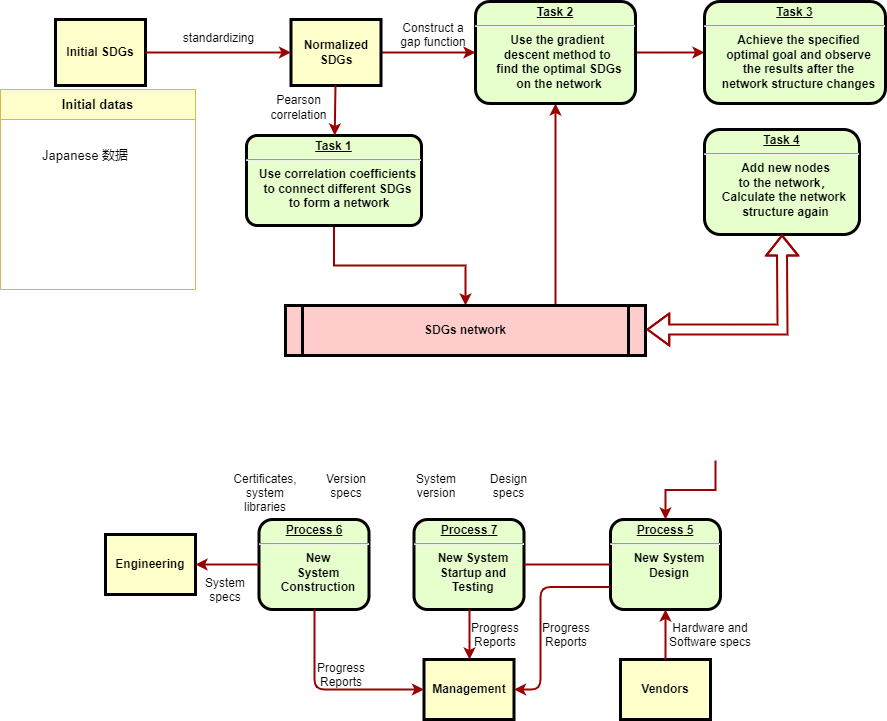
This is 未命名绘图.drawio.png from JYbrucEupup/zip, a draw.io export, as it was before one commit. Source tidied: cells renumbered, new cells last; positions are measured from the earlier drawing's top-left corner, leaving out a move shared by most shapes.
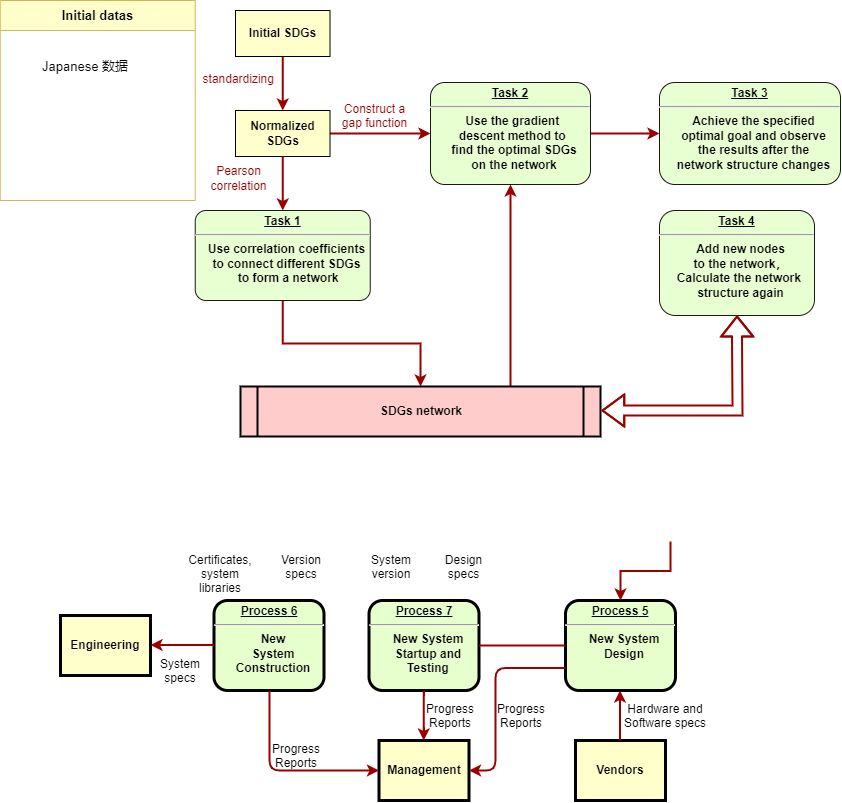
After the commit.

Commit message:
更新未命名绘图.drawio.png

Change to the diagram source:
```diff
@@ -5,34 +5,37 @@
     <mxCell id="2" style="edgeStyle=orthogonalEdgeStyle;rounded=0;jettySize=auto;html=1;exitX=0.5;exitY=1;exitDx=0;exitDy=0;entryX=0.5;entryY=0;entryDx=0;entryDy=0;strokeColor=#990000;strokeWidth=2;fontSize=13;fontColor=#000000;" parent="1" edge="1" source="3" target="8">
       <mxGeometry relative="1" as="geometry" />
     </mxCell>
-    <mxCell id="3" value="&lt;p style=&quot;margin: 4px 0px 0px; text-decoration: underline;&quot;&gt;&lt;strong&gt;Task 1&lt;/strong&gt;&lt;/p&gt;&lt;hr style=&quot;border-color: var(--border-color);&quot;&gt;&lt;p style=&quot;margin: 0px 0px 0px 8px;&quot;&gt;Use correlation coefficients&lt;/p&gt;&lt;p style=&quot;margin: 0px 0px 0px 8px;&quot;&gt;to connect different&amp;nbsp;&lt;span style=&quot;background-color: initial;&quot;&gt;SDGs&lt;/span&gt;&lt;/p&gt;&lt;p style=&quot;margin: 0px 0px 0px 8px;&quot;&gt;&lt;span style=&quot;background-color: initial;&quot;&gt;&amp;nbsp;to form a network&lt;/span&gt;&lt;/p&gt;" style="verticalAlign=middle;align=center;overflow=fill;fontSize=12;fontFamily=Helvetica;html=1;rounded=1;fontStyle=1;strokeWidth=3;fillColor=#E6FFCC;arcSize=12;strokeColor=default;" parent="1" vertex="1">
-      <mxGeometry x="246" y="134" width="175" height="90" as="geometry" />
+    <mxCell id="3" value="&lt;p style=&quot;margin: 4px 0px 0px; text-decoration: underline;&quot;&gt;&lt;strong&gt;Task 1&lt;/strong&gt;&lt;/p&gt;&lt;hr style=&quot;border-color: var(--border-color);&quot;&gt;&lt;p style=&quot;margin: 0px 0px 0px 8px;&quot;&gt;Use correlation coefficients&lt;/p&gt;&lt;p style=&quot;margin: 0px 0px 0px 8px;&quot;&gt;to connect different&amp;nbsp;&lt;span style=&quot;background-color: initial;&quot;&gt;SDGs&lt;/span&gt;&lt;/p&gt;&lt;p style=&quot;margin: 0px 0px 0px 8px;&quot;&gt;&lt;span style=&quot;background-color: initial;&quot;&gt;&amp;nbsp;to form a network&lt;/span&gt;&lt;/p&gt;" style="verticalAlign=middle;align=center;overflow=fill;fontSize=12;fontFamily=Helvetica;html=1;rounded=1;fontStyle=1;strokeWidth=1;fillColor=#E6FFCC;arcSize=12;strokeColor=default;opacity=90;" parent="1" vertex="1">
+      <mxGeometry x="239.8" y="128" width="175" height="90" as="geometry" />
     </mxCell>
     <mxCell id="4" style="edgeStyle=orthogonalEdgeStyle;rounded=0;jettySize=auto;html=1;strokeWidth=2;strokeColor=#990000;" parent="1" edge="1" source="5" target="10">
       <mxGeometry relative="1" as="geometry" />
     </mxCell>
-    <mxCell id="5" value="Normalized SDGs" style="whiteSpace=wrap;align=center;verticalAlign=middle;fontStyle=1;strokeWidth=3;fillColor=#FFFFCC;horizontal=1;strokeColor=default;" parent="1" vertex="1">
-      <mxGeometry x="290.5" y="18" width="90" height="66" as="geometry" />
+    <mxCell id="5" value="Normalized SDGs" style="whiteSpace=wrap;align=center;verticalAlign=middle;fontStyle=1;strokeWidth=1;fillColor=#FFFFCC;horizontal=1;strokeColor=default;" parent="1" vertex="1">
+      <mxGeometry x="280" y="28" width="94.5" height="46" as="geometry" />
     </mxCell>
+    <mxCell id="19" style="edgeStyle=orthogonalEdgeStyle;rounded=0;jettySize=auto;html=1;exitX=0.5;exitY=1;exitDx=0;exitDy=0;entryX=0.5;entryY=0;entryDx=0;entryDy=0;strokeColor=#990000;strokeWidth=2;" parent="1" edge="1" source="6" target="5">
+      <mxGeometry relative="1" as="geometry" />
+    </mxCell>
-    <mxCell id="6" value="Initial SDGs" style="whiteSpace=wrap;align=center;verticalAlign=middle;fontStyle=1;strokeWidth=3;fillColor=#FFFFCC;" parent="1" vertex="1">
-      <mxGeometry x="55" y="18" width="90" height="66" as="geometry" />
+    <mxCell id="6" value="Initial SDGs" style="whiteSpace=wrap;align=center;verticalAlign=middle;fontStyle=1;strokeWidth=1;fillColor=#FFFFCC;" parent="1" vertex="1">
+      <mxGeometry x="280" y="-72" width="94.5" height="46" as="geometry" />
     </mxCell>
     <mxCell id="7" style="edgeStyle=orthogonalEdgeStyle;rounded=0;jettySize=auto;html=1;exitX=0.75;exitY=0;exitDx=0;exitDy=0;entryX=0.5;entryY=1;entryDx=0;entryDy=0;strokeColor=#990000;strokeWidth=2;fontSize=13;fontColor=#000000;" parent="1" edge="1" source="8" target="10">
       <mxGeometry relative="1" as="geometry" />
     </mxCell>
-    <mxCell id="8" value="SDGs network" style="shape=process;whiteSpace=wrap;align=center;verticalAlign=middle;size=0.0475;fontStyle=1;strokeWidth=3;fillColor=#FFCCCC;" parent="1" vertex="1">
+    <mxCell id="8" value="SDGs network" style="shape=process;whiteSpace=wrap;align=center;verticalAlign=middle;size=0.0475;fontStyle=1;strokeWidth=2;fillColor=#FFCCCC;" parent="1" vertex="1">
       <mxGeometry x="285" y="304" width="360" height="50" as="geometry" />
     </mxCell>
     <mxCell id="9" style="edgeStyle=orthogonalEdgeStyle;rounded=0;jettySize=auto;html=1;exitX=1;exitY=0.5;exitDx=0;exitDy=0;entryX=0;entryY=0.5;entryDx=0;entryDy=0;strokeColor=#990000;strokeWidth=2;" parent="1" edge="1" source="10" target="11">
       <mxGeometry relative="1" as="geometry" />
     </mxCell>
-    <mxCell id="10" value="&lt;p style=&quot;margin: 0px; margin-top: 4px; text-align: center; text-decoration: underline;&quot;&gt;&lt;strong&gt;Task 2&lt;br&gt;&lt;/strong&gt;&lt;/p&gt;&lt;hr&gt;&lt;p style=&quot;margin: 0px; margin-left: 8px;&quot;&gt;Use the gradient&amp;nbsp;&lt;/p&gt;&lt;p style=&quot;margin: 0px; margin-left: 8px;&quot;&gt;descent&lt;span style=&quot;background-color: initial;&quot;&gt;&amp;nbsp;method to&amp;nbsp;&lt;/span&gt;&lt;/p&gt;&lt;p style=&quot;margin: 0px; margin-left: 8px;&quot;&gt;&lt;span style=&quot;background-color: initial;&quot;&gt;find&amp;nbsp;&lt;/span&gt;&lt;span style=&quot;background-color: initial;&quot;&gt;the optimal SDGs&lt;/span&gt;&lt;/p&gt;&lt;p style=&quot;margin: 0px; margin-left: 8px;&quot;&gt;on the network&lt;/p&gt;" style="verticalAlign=middle;align=center;overflow=fill;fontSize=12;fontFamily=Helvetica;html=1;rounded=1;fontStyle=1;strokeWidth=3;fillColor=#E6FFCC;arcSize=14;" parent="1" vertex="1">
+    <mxCell id="10" value="&lt;p style=&quot;margin: 0px; margin-top: 4px; text-align: center; text-decoration: underline;&quot;&gt;&lt;strong&gt;Task 2&lt;br&gt;&lt;/strong&gt;&lt;/p&gt;&lt;hr&gt;&lt;p style=&quot;margin: 0px; margin-left: 8px;&quot;&gt;Use the gradient&amp;nbsp;&lt;/p&gt;&lt;p style=&quot;margin: 0px; margin-left: 8px;&quot;&gt;descent&lt;span style=&quot;background-color: initial;&quot;&gt;&amp;nbsp;method to&amp;nbsp;&lt;/span&gt;&lt;/p&gt;&lt;p style=&quot;margin: 0px; margin-left: 8px;&quot;&gt;&lt;span style=&quot;background-color: initial;&quot;&gt;find&amp;nbsp;&lt;/span&gt;&lt;span style=&quot;background-color: initial;&quot;&gt;the optimal SDGs&lt;/span&gt;&lt;/p&gt;&lt;p style=&quot;margin: 0px; margin-left: 8px;&quot;&gt;on the network&lt;/p&gt;" style="verticalAlign=middle;align=center;overflow=fill;fontSize=12;fontFamily=Helvetica;html=1;rounded=1;fontStyle=1;strokeWidth=1;fillColor=#E6FFCC;arcSize=14;opacity=90;" parent="1" vertex="1">
       <mxGeometry x="475" width="160" height="102" as="geometry" />
     </mxCell>
-    <mxCell id="11" value="&lt;p style=&quot;margin: 4px 0px 0px; text-align: center;&quot;&gt;&lt;strong style=&quot;&quot;&gt;&lt;u&gt;&lt;strong style=&quot;&quot;&gt;Task&lt;/strong&gt; 3&lt;/u&gt;&lt;br&gt;&lt;/strong&gt;&lt;/p&gt;&lt;hr&gt;&lt;p style=&quot;margin: 0px; margin-left: 8px;&quot;&gt;Achieve the specified&lt;/p&gt;&lt;p style=&quot;margin: 0px; margin-left: 8px;&quot;&gt;optimal goal and observe&lt;/p&gt;&lt;p style=&quot;margin: 0px; margin-left: 8px;&quot;&gt;the results after the&lt;/p&gt;&lt;p style=&quot;margin: 0px; margin-left: 8px;&quot;&gt;network structure changes&lt;/p&gt;" style="verticalAlign=middle;align=center;overflow=fill;fontSize=12;fontFamily=Helvetica;html=1;rounded=1;fontStyle=1;strokeWidth=3;fillColor=#E6FFCC;" parent="1" vertex="1">
+    <mxCell id="11" value="&lt;p style=&quot;margin: 4px 0px 0px; text-align: center;&quot;&gt;&lt;strong style=&quot;&quot;&gt;&lt;u&gt;&lt;strong style=&quot;&quot;&gt;Task&lt;/strong&gt; 3&lt;/u&gt;&lt;br&gt;&lt;/strong&gt;&lt;/p&gt;&lt;hr&gt;&lt;p style=&quot;margin: 0px; margin-left: 8px;&quot;&gt;Achieve the specified&lt;/p&gt;&lt;p style=&quot;margin: 0px; margin-left: 8px;&quot;&gt;optimal goal and observe&lt;/p&gt;&lt;p style=&quot;margin: 0px; margin-left: 8px;&quot;&gt;the results after the&lt;/p&gt;&lt;p style=&quot;margin: 0px; margin-left: 8px;&quot;&gt;network structure changes&lt;/p&gt;" style="verticalAlign=middle;align=center;overflow=fill;fontSize=12;fontFamily=Helvetica;html=1;rounded=1;fontStyle=1;strokeWidth=1;fillColor=#E6FFCC;opacity=90;" parent="1" vertex="1">
       <mxGeometry x="704" width="181" height="102" as="geometry" />
     </mxCell>
-    <mxCell id="12" value="&lt;p style=&quot;margin: 0px; margin-top: 4px; text-align: center; text-decoration: underline;&quot;&gt;&lt;strong&gt;Task 4&lt;br&gt;&lt;/strong&gt;&lt;/p&gt;&lt;hr&gt;&lt;p style=&quot;margin: 0px; margin-left: 8px;&quot;&gt;Add new nodes&lt;/p&gt;&lt;p style=&quot;margin: 0px; margin-left: 8px;&quot;&gt;to the network，&lt;/p&gt;&lt;p style=&quot;margin: 0px; margin-left: 8px;&quot;&gt;Calculate the network&amp;nbsp;&lt;/p&gt;&lt;p style=&quot;margin: 0px; margin-left: 8px;&quot;&gt;structure again&lt;/p&gt;" style="verticalAlign=middle;align=center;overflow=fill;fontSize=12;fontFamily=Helvetica;html=1;rounded=1;fontStyle=1;strokeWidth=3;fillColor=#E6FFCC;" parent="1" vertex="1">
+    <mxCell id="12" value="&lt;p style=&quot;margin: 0px; margin-top: 4px; text-align: center; text-decoration: underline;&quot;&gt;&lt;strong&gt;Task 4&lt;br&gt;&lt;/strong&gt;&lt;/p&gt;&lt;hr&gt;&lt;p style=&quot;margin: 0px; margin-left: 8px;&quot;&gt;Add new nodes&lt;/p&gt;&lt;p style=&quot;margin: 0px; margin-left: 8px;&quot;&gt;to the network，&lt;/p&gt;&lt;p style=&quot;margin: 0px; margin-left: 8px;&quot;&gt;Calculate the network&amp;nbsp;&lt;/p&gt;&lt;p style=&quot;margin: 0px; margin-left: 8px;&quot;&gt;structure again&lt;/p&gt;" style="verticalAlign=middle;align=center;overflow=fill;fontSize=12;fontFamily=Helvetica;html=1;rounded=1;fontStyle=1;strokeWidth=1;fillColor=#E6FFCC;opacity=90;" parent="1" vertex="1">
       <mxGeometry x="704" y="128" width="155" height="105" as="geometry" />
     </mxCell>
     <mxCell id="13" value="&lt;p style=&quot;margin: 0px; margin-top: 4px; text-align: center; text-decoration: underline;&quot;&gt;&lt;strong&gt;&lt;strong&gt;Process&lt;/strong&gt; 5&lt;br /&gt;&lt;/strong&gt;&lt;/p&gt;&lt;hr /&gt;&lt;p style=&quot;margin: 0px; margin-left: 8px;&quot;&gt;New System&lt;/p&gt;&lt;p style=&quot;margin: 0px; margin-left: 8px;&quot;&gt;Design&lt;/p&gt;" style="verticalAlign=middle;align=center;overflow=fill;fontSize=12;fontFamily=Helvetica;html=1;rounded=1;fontStyle=1;strokeWidth=3;fillColor=#E6FFCC;" parent="1" vertex="1">
@@ -53,20 +56,17 @@
     <mxCell id="18" style="edgeStyle=none;noEdgeStyle=1;strokeColor=#990000;strokeWidth=2;" parent="1" edge="1" source="5" target="3">
       <mxGeometry relative="1" as="geometry" />
     </mxCell>
-    <mxCell id="19" style="edgeStyle=none;noEdgeStyle=1;strokeColor=#990000;strokeWidth=2;entryX=0;entryY=0.5;entryDx=0;entryDy=0;" parent="1" edge="1" source="6" target="5">
-      <mxGeometry relative="1" as="geometry" />
-    </mxCell>
     <mxCell id="20" value="&lt;p style=&quot;margin: 0px; margin-top: 4px; text-align: center; text-decoration: underline;&quot;&gt;&lt;strong&gt;&lt;strong&gt;Process&lt;/strong&gt; 7&lt;br /&gt;&lt;/strong&gt;&lt;/p&gt;&lt;hr /&gt;&lt;p style=&quot;margin: 0px; margin-left: 8px;&quot;&gt;New System&lt;/p&gt;&lt;p style=&quot;margin: 0px; margin-left: 8px;&quot;&gt;Startup and&lt;/p&gt;&lt;p style=&quot;margin: 0px; margin-left: 8px;&quot;&gt;Testing&lt;/p&gt;" style="verticalAlign=middle;align=center;overflow=fill;fontSize=12;fontFamily=Helvetica;html=1;rounded=1;fontStyle=1;strokeWidth=3;fillColor=#E6FFCC;" parent="1" vertex="1">
       <mxGeometry x="413.5" y="518" width="110" height="90" as="geometry" />
     </mxCell>
     <mxCell id="21" style="endArrow=none;noEdgeStyle=1;strokeColor=#990000;strokeWidth=2;" parent="1" edge="1" source="13" target="20">
       <mxGeometry relative="1" as="geometry" />
     </mxCell>
-    <mxCell id="22" value="standardizing" style="text;spacingTop=-5;align=center;" parent="1" vertex="1">
-      <mxGeometry x="203.5" y="28" width="30" height="20" as="geometry" />
+    <mxCell id="22" value="standardizing" style="text;spacingTop=-5;align=center;fontColor=#990000;" parent="1" vertex="1">
+      <mxGeometry x="268.2" y="-12" width="30" height="20" as="geometry" />
     </mxCell>
-    <mxCell id="23" value="Construct a &#10;gap function" style="text;spacingTop=-5;align=center;" parent="1" vertex="1">
-      <mxGeometry x="388.5" y="18" width="89" height="49" as="geometry" />
+    <mxCell id="23" value="Construct a &#10;gap function" style="text;spacingTop=-5;align=center;fontColor=#990000;" parent="1" vertex="1">
+      <mxGeometry x="375" y="18" width="89" height="49" as="geometry" />
     </mxCell>
     <mxCell id="24" style="edgeStyle=orthogonalEdgeStyle;rounded=0;jettySize=auto;html=1;strokeColor=#990000;strokeWidth=2;" parent="1" edge="1" target="13">
       <mxGeometry relative="1" as="geometry">
@@ -123,11 +123,11 @@
     <mxCell id="38" value="System&#10;version" style="text;spacingTop=-5;align=center;" parent="1" vertex="1">
       <mxGeometry x="421" y="469" width="30" height="20" as="geometry" />
     </mxCell>
-    <mxCell id="39" value="Pearson correlation" style="whiteSpace=wrap;html=1;fillColor=none;strokeColor=none;" parent="1" vertex="1">
-      <mxGeometry x="264.5" y="88" width="66.5" height="36" as="geometry" />
+    <mxCell id="39" value="Pearson correlation" style="whiteSpace=wrap;html=1;fillColor=none;strokeColor=none;fontColor=#990000;" parent="1" vertex="1">
+      <mxGeometry x="250" y="78" width="66.5" height="36" as="geometry" />
     </mxCell>
     <mxCell id="40" value="&lt;span style=&quot;font-style: normal;&quot;&gt;&lt;font style=&quot;font-size: 13px;&quot;&gt;Initial datas&lt;/font&gt;&lt;/span&gt;" style="swimlane;whiteSpace=wrap;html=1;strokeColor=#d6b656;fillColor=#FFFFCC;startSize=30;fontStyle=3;" parent="1" vertex="1">
-      <mxGeometry y="88" width="195" height="200" as="geometry" />
+      <mxGeometry x="44.8" y="-82" width="195" height="200" as="geometry" />
     </mxCell>
     <mxCell id="41" value="Japanese 数据" style="whiteSpace=wrap;html=1;fontSize=13;fillColor=none;strokeColor=none;" parent="40" vertex="1">
       <mxGeometry x="25" y="36" width="120" height="60" as="geometry" />
```
